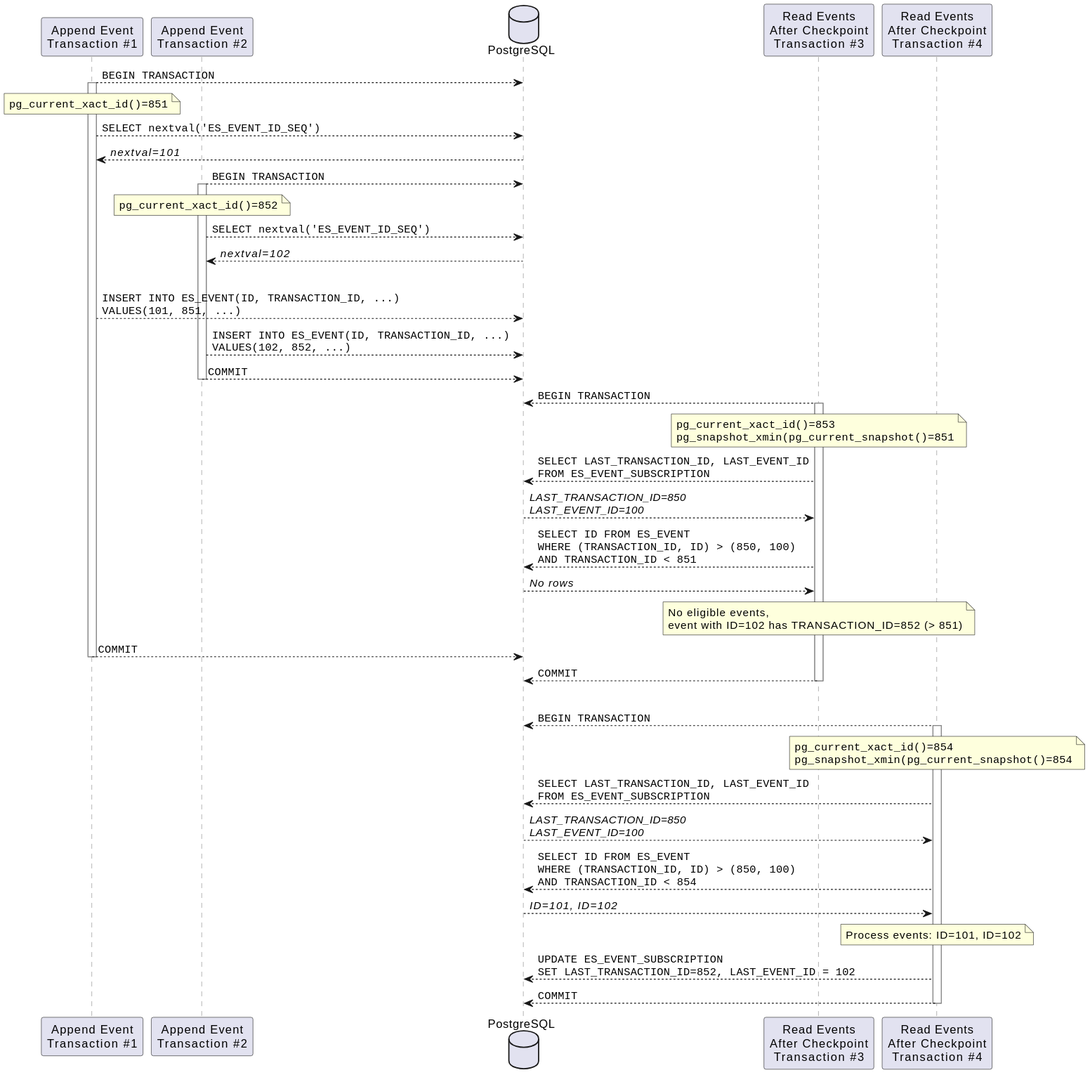
The PlantUML diagram img/postgresql-reliable-outbox.svg in codehunter-dev-281/postgresql-event-sourcing, before a commit.
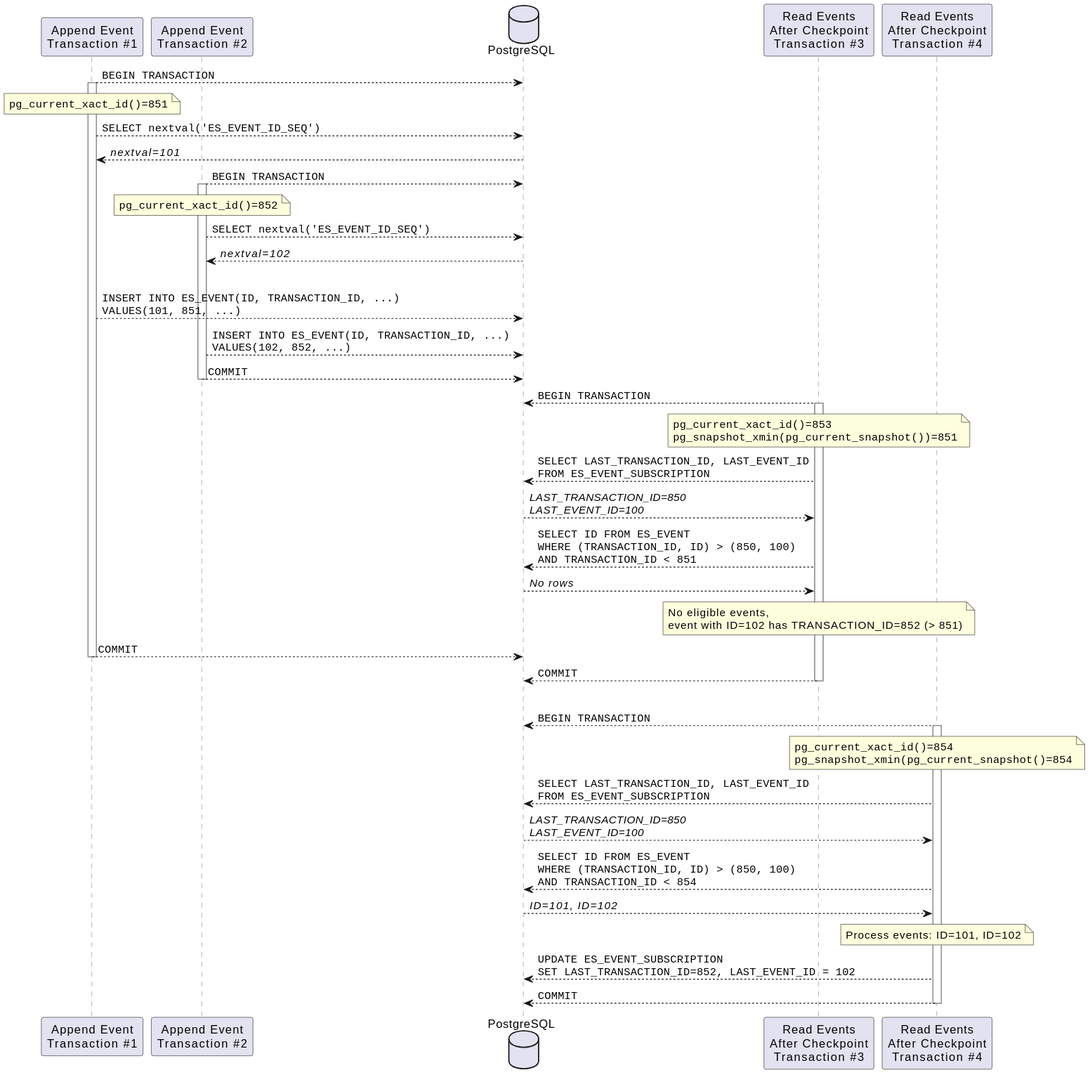
Above is the later version.

Diff of the diagram source:
```diff
@@ -29,7 +29,7 @@
 deactivate tx2
 tx3 --> db: ""BEGIN TRANSACTION""
 activate tx3
-note over tx3: ""pg_current_xact_id()=853""\n""pg_snapshot_xmin(pg_current_snapshot()=851""
+note over tx3: ""pg_current_xact_id()=853""\n""pg_snapshot_xmin(pg_current_snapshot())=851""
 tx3 --> db: ""SELECT LAST_TRANSACTION_ID, LAST_EVENT_ID""\n""FROM ES_EVENT_SUBSCRIPTION""
 db --> tx3: //LAST_TRANSACTION_ID=850//\n//LAST_EVENT_ID=100//
 tx3 --> db: ""SELECT ID FROM ES_EVENT""\n""WHERE (TRANSACTION_ID, ID) > (850, 100)""\n""AND TRANSACTION_ID < 851""
```
